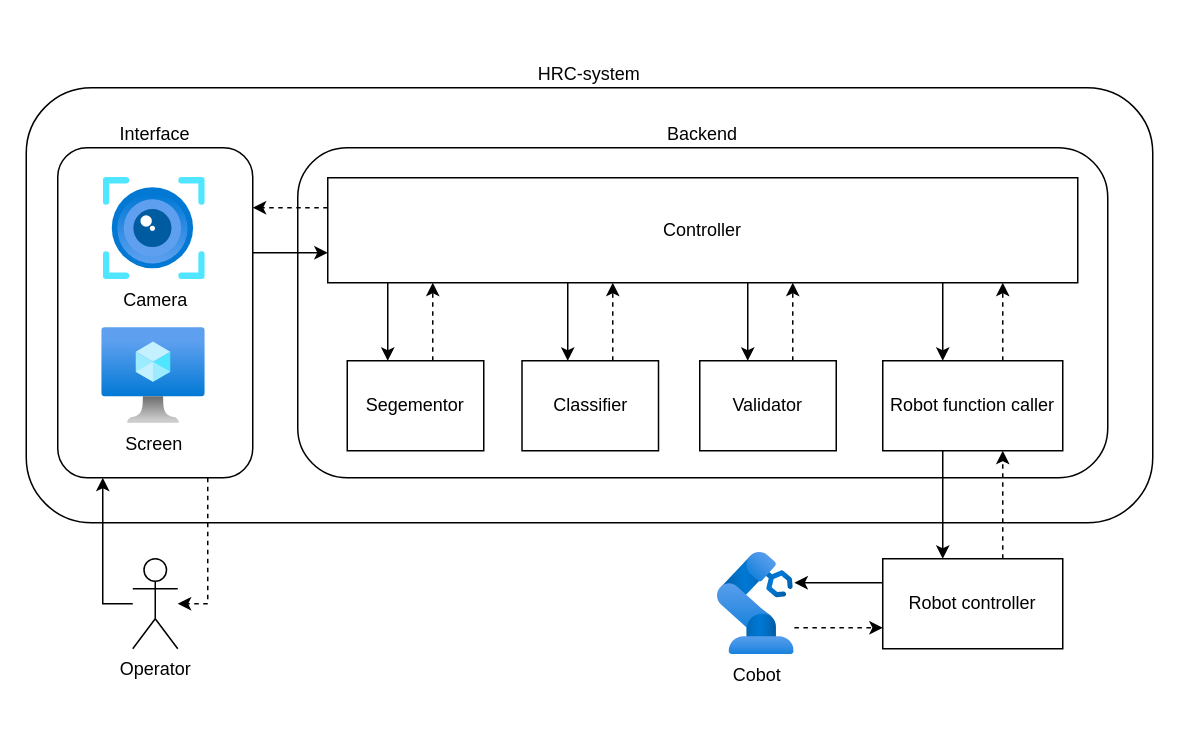
GreatSharky/CoHSCI keeps this draw.io diagram as architecture.drawio. Above is the earlier version. Source tidied: cells renumbered, new cells numbered last; positions are measured from the earlier drawing's top-left corner, leaving out a move shared by most shapes. Both pictures are drawn from the tidied source at 150%, with x=0, y=0 at pixel (26, 87). Pictures stored in the file or linked from it are replaced by grey dashed boxes.
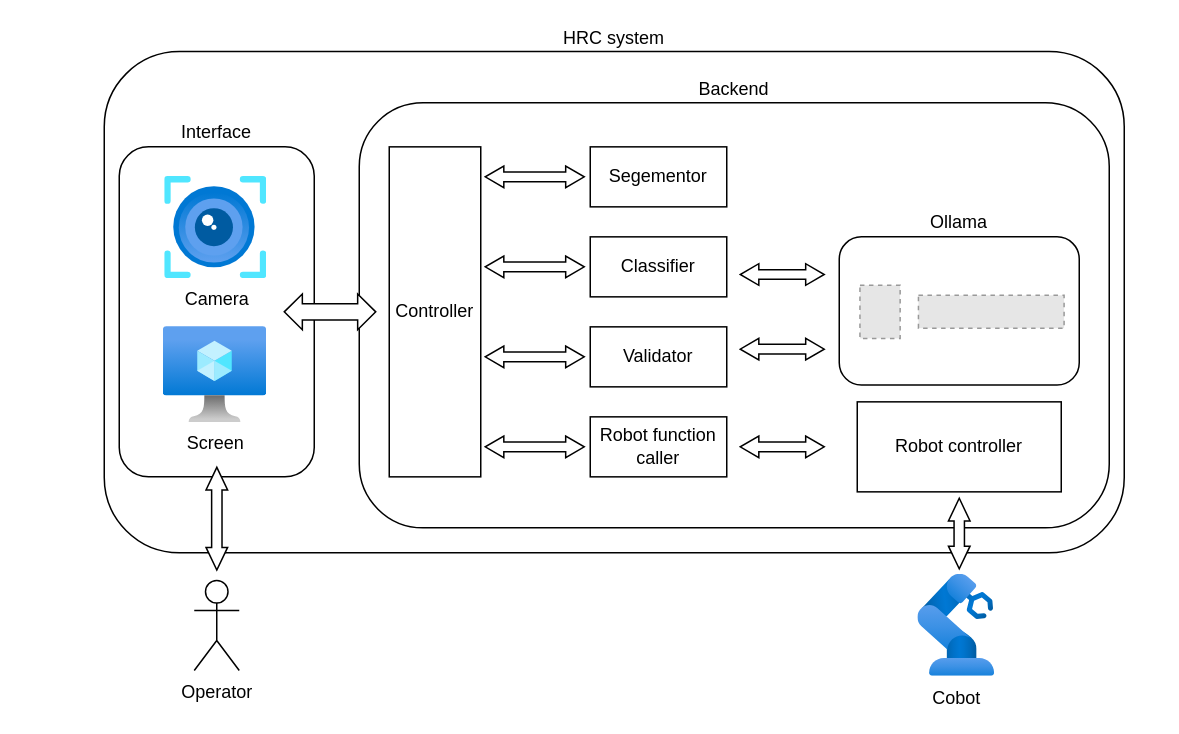
The same page after the edit.

Change to the diagram source:
```diff
@@
-    <mxCell id="2" value="HRC-system" style="rounded=1;whiteSpace=wrap;html=1;fillColor=none;labelPosition=center;verticalLabelPosition=top;align=center;verticalAlign=bottom;" parent="1" vertex="1">
-      <mxGeometry width="751" height="290" as="geometry" />
-    </mxCell>
-    <mxCell id="3" style="edgeStyle=orthogonalEdgeStyle;rounded=0;jettySize=auto;html=1;dashed=1;" parent="1" edge="1" source="4" target="10">
-      <mxGeometry relative="1" as="geometry">
-        <Array as="points">
-          <mxPoint x="121" y="344" />
-        </Array>
-      </mxGeometry>
-    </mxCell>
+    <mxCell id="31" value="HRC system" style="rounded=1;whiteSpace=wrap;html=1;fillColor=none;labelPosition=center;verticalLabelPosition=top;align=center;verticalAlign=bottom;" parent="1" vertex="1">
+      <mxGeometry x="52" y="-24.1" width="680" height="334.1" as="geometry" />
+    </mxCell>
     <mxCell id="4" value="Interface" style="rounded=1;whiteSpace=wrap;html=1;fillColor=none;labelPosition=center;verticalLabelPosition=top;align=center;verticalAlign=bottom;" parent="1" vertex="1">
-      <mxGeometry x="21" y="40" width="130" height="220" as="geometry" />
+      <mxGeometry x="62" y="39.4" width="130" height="220" as="geometry" />
     </mxCell>
     <mxCell id="5" value="Backend" style="rounded=1;whiteSpace=wrap;html=1;fillColor=none;labelPosition=center;verticalLabelPosition=top;align=center;verticalAlign=bottom;" parent="1" vertex="1">
-      <mxGeometry x="181" y="40" width="540" height="220" as="geometry" />
+      <mxGeometry x="222" y="10" width="500" height="283.4" as="geometry" />
     </mxCell>
-    <mxCell id="6" style="edgeStyle=orthogonalEdgeStyle;rounded=0;jettySize=auto;html=1;" parent="1" edge="1" source="4" target="17">
-      <mxGeometry relative="1" as="geometry">
-        <Array as="points">
-          <mxPoint x="181" y="110" />
-          <mxPoint x="181" y="110" />
-        </Array>
-      </mxGeometry>
-    </mxCell>
-    <mxCell id="7" style="edgeStyle=orthogonalEdgeStyle;rounded=0;jettySize=auto;html=1;dashed=1;" parent="1" edge="1" source="8" target="30">
-      <mxGeometry relative="1" as="geometry">
-        <Array as="points">
-          <mxPoint x="551" y="360" />
-          <mxPoint x="551" y="360" />
-        </Array>
-      </mxGeometry>
-    </mxCell>
     <mxCell id="8" value="Cobot" style="image;html=1;points=[];align=center;fontSize=12;image=img/lib/azure2/other/Defender_Industrial_Robot.svg;" parent="1" vertex="1">
-      <mxGeometry x="461" y="310" width="51.1" height="68" as="geometry" />
+      <mxGeometry x="594.6" y="324.5" width="51.1" height="68" as="geometry" />
     </mxCell>
-    <mxCell id="9" style="edgeStyle=orthogonalEdgeStyle;rounded=0;jettySize=auto;html=1;" parent="1" edge="1" source="10" target="4">
-      <mxGeometry relative="1" as="geometry">
-        <Array as="points">
-          <mxPoint x="51" y="344" />
-        </Array>
-      </mxGeometry>
-    </mxCell>
     <mxCell id="10" value="Operator" style="shape=umlActor;verticalLabelPosition=bottom;verticalAlign=top;html=1;outlineConnect=0;" parent="1" vertex="1">
-      <mxGeometry x="71" y="314" width="30" height="60" as="geometry" />
+      <mxGeometry x="112" y="328.5" width="30" height="60" as="geometry" />
     </mxCell>
     <mxCell id="11" value="Camera" style="image;html=1;align=center;fontSize=12;image=img/lib/azure2/ai_machine_learning/Computer_Vision.svg;" parent="1" vertex="1">
-      <mxGeometry x="51.5" y="60" width="68" height="68" as="geometry" />
+      <mxGeometry x="92.5" y="59.4" width="68" height="68" as="geometry" />
     </mxCell>
     <mxCell id="12" value="Screen" style="image;html=1;align=center;fontSize=12;image=img/lib/azure2/compute/Virtual_Machine.svg;" parent="1" vertex="1">
-      <mxGeometry x="50.5" y="160" width="69" height="64" as="geometry" />
+      <mxGeometry x="91.5" y="159.4" width="69" height="64" as="geometry" />
     </mxCell>
-    <mxCell id="13" style="edgeStyle=orthogonalEdgeStyle;rounded=0;jettySize=auto;html=1;dashed=1;" parent="1" edge="1" source="17" target="4">
-      <mxGeometry relative="1" as="geometry">
-        <Array as="points">
-          <mxPoint x="181" y="80" />
-          <mxPoint x="181" y="80" />
-        </Array>
-      </mxGeometry>
-    </mxCell>
-    <mxCell id="14" style="edgeStyle=orthogonalEdgeStyle;rounded=0;jettySize=auto;html=1;" parent="1" edge="1" source="17" target="22">
-      <mxGeometry relative="1" as="geometry">
-        <Array as="points">
-          <mxPoint x="361" y="160" />
-          <mxPoint x="361" y="160" />
-        </Array>
-      </mxGeometry>
-    </mxCell>
-    <mxCell id="15" style="edgeStyle=orthogonalEdgeStyle;rounded=0;jettySize=auto;html=1;" parent="1" edge="1" source="17" target="24">
-      <mxGeometry relative="1" as="geometry">
-        <Array as="points">
-          <mxPoint x="481" y="160" />
-          <mxPoint x="481" y="160" />
-        </Array>
-      </mxGeometry>
-    </mxCell>
-    <mxCell id="16" style="edgeStyle=orthogonalEdgeStyle;rounded=0;jettySize=auto;html=1;" parent="1" edge="1" source="17" target="27">
-      <mxGeometry relative="1" as="geometry">
-        <Array as="points">
-          <mxPoint x="611" y="170" />
-          <mxPoint x="611" y="170" />
-        </Array>
-      </mxGeometry>
-    </mxCell>
     <mxCell id="17" value="Controller" style="rounded=0;whiteSpace=wrap;html=1;" parent="1" vertex="1">
-      <mxGeometry x="201" y="60" width="500" height="70" as="geometry" />
+      <mxGeometry x="242" y="39.4" width="61" height="220" as="geometry" />
     </mxCell>
-    <mxCell id="18" style="edgeStyle=orthogonalEdgeStyle;rounded=0;jettySize=auto;html=1;dashed=1;" parent="1" edge="1" source="20" target="17">
-      <mxGeometry relative="1" as="geometry">
-        <Array as="points">
-          <mxPoint x="271" y="160" />
-          <mxPoint x="271" y="160" />
-        </Array>
-      </mxGeometry>
-    </mxCell>
-    <mxCell id="19" style="edgeStyle=orthogonalEdgeStyle;rounded=0;jettySize=auto;html=1;endArrow=none;endFill=0;startArrow=classic;startFill=1;" parent="1" edge="1" source="20" target="17">
-      <mxGeometry relative="1" as="geometry">
-        <Array as="points">
-          <mxPoint x="241" y="160" />
-          <mxPoint x="241" y="160" />
-        </Array>
-      </mxGeometry>
-    </mxCell>
     <mxCell id="20" value="Segementor" style="rounded=0;whiteSpace=wrap;html=1;" parent="1" vertex="1">
-      <mxGeometry x="214" y="182" width="91" height="60" as="geometry" />
+      <mxGeometry x="376" y="39.4" width="91" height="40" as="geometry" />
     </mxCell>
-    <mxCell id="21" style="edgeStyle=orthogonalEdgeStyle;rounded=0;jettySize=auto;html=1;dashed=1;" parent="1" edge="1" source="22" target="17">
-      <mxGeometry relative="1" as="geometry">
-        <Array as="points">
-          <mxPoint x="391" y="160" />
-          <mxPoint x="391" y="160" />
-        </Array>
-      </mxGeometry>
-    </mxCell>
     <mxCell id="22" value="Classifier" style="rounded=0;whiteSpace=wrap;html=1;" parent="1" vertex="1">
-      <mxGeometry x="330.5" y="182" width="91" height="60" as="geometry" />
+      <mxGeometry x="376" y="99.4" width="91" height="40" as="geometry" />
     </mxCell>
-    <mxCell id="23" style="edgeStyle=orthogonalEdgeStyle;rounded=0;jettySize=auto;html=1;dashed=1;" parent="1" edge="1" source="24" target="17">
-      <mxGeometry relative="1" as="geometry">
-        <Array as="points">
-          <mxPoint x="511" y="162" />
-          <mxPoint x="511" y="162" />
-        </Array>
-      </mxGeometry>
-    </mxCell>
     <mxCell id="24" value="Validator" style="rounded=0;whiteSpace=wrap;html=1;" parent="1" vertex="1">
-      <mxGeometry x="449" y="182" width="91" height="60" as="geometry" />
+      <mxGeometry x="376" y="159.4" width="91" height="40" as="geometry" />
     </mxCell>
-    <mxCell id="25" style="edgeStyle=orthogonalEdgeStyle;rounded=0;jettySize=auto;html=1;dashed=1;" parent="1" edge="1" source="27" target="17">
-      <mxGeometry relative="1" as="geometry">
-        <Array as="points">
-          <mxPoint x="651" y="160" />
-          <mxPoint x="651" y="160" />
-        </Array>
-      </mxGeometry>
-    </mxCell>
-    <mxCell id="26" style="edgeStyle=orthogonalEdgeStyle;rounded=0;jettySize=auto;html=1;" parent="1" edge="1" source="27" target="30">
-      <mxGeometry relative="1" as="geometry">
-        <Array as="points">
-          <mxPoint x="611" y="280" />
-          <mxPoint x="611" y="280" />
-        </Array>
-      </mxGeometry>
-    </mxCell>
+    <mxCell id="30" value="Robot controller" style="rounded=0;whiteSpace=wrap;html=1;" parent="1" vertex="1">
+      <mxGeometry x="554" y="209.4" width="136" height="60" as="geometry" />
+    </mxCell>
+    <mxCell id="32" style="fillColor=#E6E6E6;strokeColor=#999999;dashed=1;verticalLabelPosition=bottom;labelBackgroundColor=default;verticalAlign=top;" parent="1" vertex="1">
+      <mxGeometry x="555.8" y="131.7" width="26.8" height="35.4" as="geometry" />
+    </mxCell>
+    <mxCell id="33" value="Ollama" style="rounded=1;whiteSpace=wrap;html=1;fillColor=none;labelPosition=center;verticalLabelPosition=top;align=center;verticalAlign=bottom;" parent="1" vertex="1">
+      <mxGeometry x="542" y="99.4" width="160" height="98.8" as="geometry" />
+    </mxCell>
+    <mxCell id="34" style="fillColor=#E6E6E6;strokeColor=#999999;dashed=1;verticalLabelPosition=bottom;labelBackgroundColor=default;verticalAlign=top;" parent="1" vertex="1">
+      <mxGeometry x="594.8" y="138.4" width="97.1" height="21.9" as="geometry" />
+    </mxCell>
     <mxCell id="27" value="Robot function caller" style="rounded=0;whiteSpace=wrap;html=1;" parent="1" vertex="1">
-      <mxGeometry x="571" y="182" width="120" height="60" as="geometry" />
+      <mxGeometry x="376" y="219.4" width="91" height="40" as="geometry" />
     </mxCell>
-    <mxCell id="28" style="edgeStyle=orthogonalEdgeStyle;rounded=0;jettySize=auto;html=1;dashed=1;" parent="1" edge="1" source="30" target="27">
-      <mxGeometry relative="1" as="geometry">
-        <Array as="points">
-          <mxPoint x="651" y="280" />
-          <mxPoint x="651" y="280" />
-        </Array>
-      </mxGeometry>
-    </mxCell>
-    <mxCell id="29" style="edgeStyle=orthogonalEdgeStyle;rounded=0;jettySize=auto;html=1;" parent="1" edge="1" source="30" target="8">
-      <mxGeometry relative="1" as="geometry">
-        <Array as="points">
-          <mxPoint x="551" y="330" />
-          <mxPoint x="551" y="330" />
-        </Array>
-      </mxGeometry>
-    </mxCell>
-    <mxCell id="30" value="Robot controller" style="rounded=0;whiteSpace=wrap;html=1;" parent="1" vertex="1">
-      <mxGeometry x="571" y="314" width="120" height="60" as="geometry" />
-    </mxCell>
+    <mxCell id="35" style="html=1;shadow=0;dashed=0;align=center;verticalAlign=middle;shape=mxgraph.arrows2.twoWayArrow;dy=0.55;dx=12.06;" parent="1" vertex="1">
+      <mxGeometry x="172" y="137.5" width="61" height="23.8" as="geometry" />
+    </mxCell>
+    <mxCell id="36" style="html=1;shadow=0;dashed=0;align=center;verticalAlign=middle;shape=mxgraph.arrows2.twoWayArrow;dy=0.55;dx=12.38;" parent="1" vertex="1">
+      <mxGeometry x="306" y="112.2" width="66" height="14.4" as="geometry" />
+    </mxCell>
+    <mxCell id="37" style="html=1;shadow=0;dashed=0;align=center;verticalAlign=middle;shape=mxgraph.arrows2.twoWayArrow;dy=0.55;dx=12.38;" parent="1" vertex="1">
+      <mxGeometry x="306" y="52.2" width="66" height="14.4" as="geometry" />
+    </mxCell>
+    <mxCell id="38" style="html=1;shadow=0;dashed=0;align=center;verticalAlign=middle;shape=mxgraph.arrows2.twoWayArrow;dy=0.55;dx=12.38;" parent="1" vertex="1">
+      <mxGeometry x="306" y="172.2" width="66" height="14.4" as="geometry" />
+    </mxCell>
+    <mxCell id="39" style="html=1;shadow=0;dashed=0;align=center;verticalAlign=middle;shape=mxgraph.arrows2.twoWayArrow;dy=0.55;dx=12.38;" parent="1" vertex="1">
+      <mxGeometry x="306" y="232.2" width="66" height="14.4" as="geometry" />
+    </mxCell>
+    <mxCell id="40" style="html=1;shadow=0;dashed=0;align=center;verticalAlign=middle;shape=mxgraph.arrows2.twoWayArrow;dy=0.55;dx=12.38;" parent="1" vertex="1">
+      <mxGeometry x="476" y="117.3" width="56" height="14.4" as="geometry" />
+    </mxCell>
+    <mxCell id="41" style="html=1;shadow=0;dashed=0;align=center;verticalAlign=middle;shape=mxgraph.arrows2.twoWayArrow;dy=0.55;dx=12.38;" parent="1" vertex="1">
+      <mxGeometry x="476" y="167.1" width="56" height="14.4" as="geometry" />
+    </mxCell>
+    <mxCell id="42" style="html=1;shadow=0;dashed=0;align=center;verticalAlign=middle;shape=mxgraph.arrows2.twoWayArrow;dy=0.52;dx=15.11;rotation=90;" parent="1" vertex="1">
+      <mxGeometry x="598.5" y="290" width="47" height="14.4" as="geometry" />
+    </mxCell>
+    <mxCell id="43" style="html=1;shadow=0;dashed=0;align=center;verticalAlign=middle;shape=mxgraph.arrows2.twoWayArrow;dy=0.55;dx=12.38;" parent="1" vertex="1">
+      <mxGeometry x="476" y="232.2" width="56" height="14.4" as="geometry" />
+    </mxCell>
+    <mxCell id="44" style="html=1;shadow=0;dashed=0;align=center;verticalAlign=middle;shape=mxgraph.arrows2.twoWayArrow;dy=0.52;dx=15.11;rotation=90;" parent="1" vertex="1">
+      <mxGeometry x="92.8" y="280.1" width="68.5" height="14.4" as="geometry" />
+    </mxCell>
```
